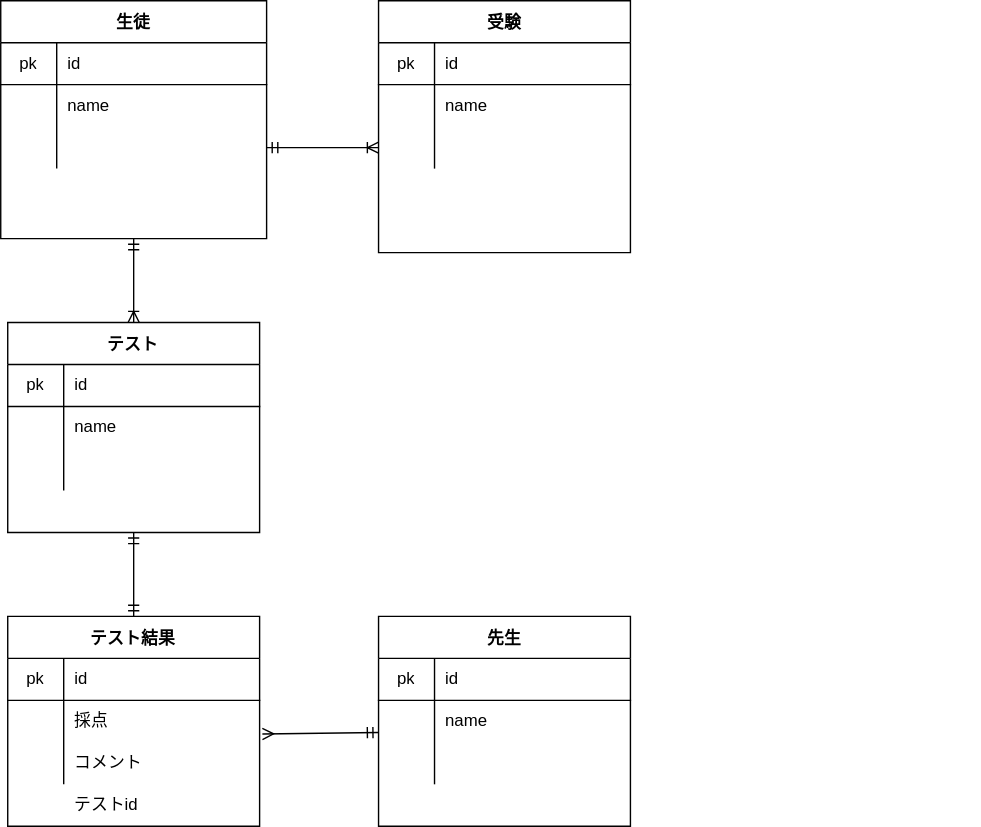
The draw.io diagram 設計テスト.drawio.svg in fujiwaramatsuri/20211219fujiwara, before a commit. Source tidied: cells renumbered, new cells last; positions are measured from the earlier drawing's top-left corner, leaving out a move shared by most shapes.
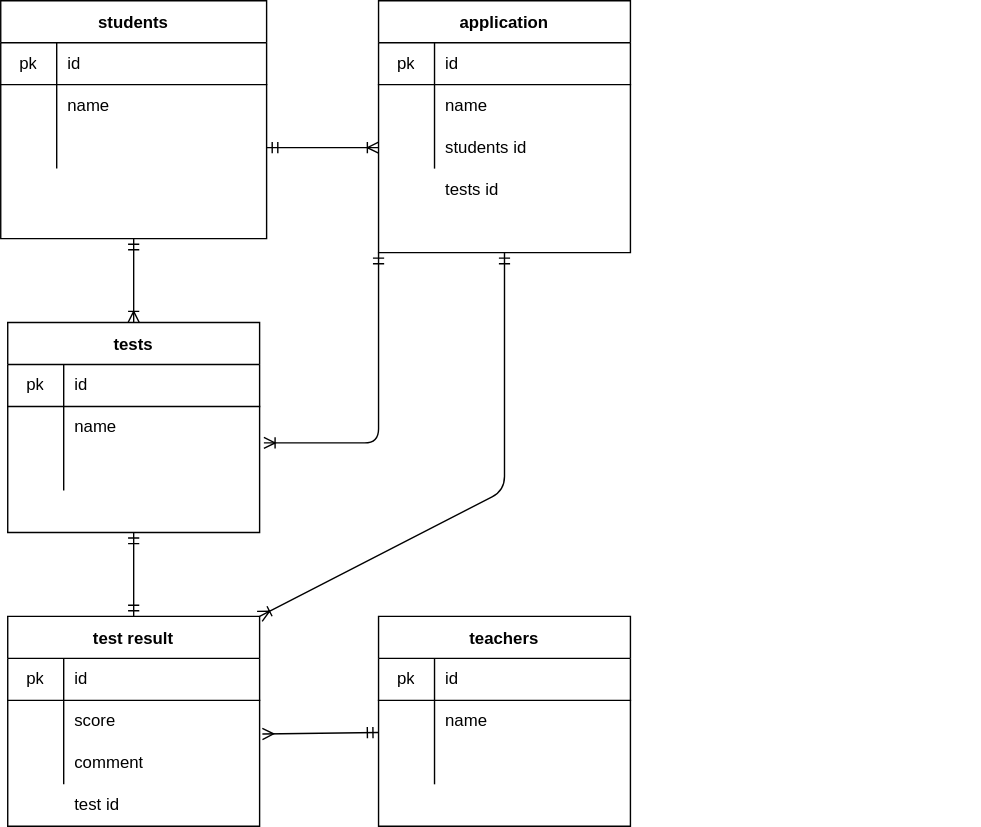
The same diagram one commit later.

Diff of the diagram source:
```diff
@@ -5,7 +5,7 @@
     <mxCell id="2" style="edgeStyle=none;html=1;exitX=0.5;exitY=0;exitDx=0;exitDy=0;startArrow=ERoneToMany;startFill=0;endArrow=ERmandOne;endFill=0;entryX=0.5;entryY=1;entryDx=0;entryDy=0;" parent="1" edge="1" source="47" target="3">
       <mxGeometry relative="1" as="geometry" />
     </mxCell>
-    <mxCell id="3" value="   生徒" style="shape=table;startSize=30;rowLines=0;fontStyle=1;align=center;" parent="1" vertex="1">
+    <mxCell id="3" value="students" style="shape=table;startSize=30;rowLines=0;fontStyle=1;align=center;" parent="1" vertex="1">
       <mxGeometry width="190" height="170" as="geometry" />
     </mxCell>
     <mxCell id="4" style="shape=partialRectangle;html=1;whiteSpace=wrap;fillColor=none;top=0;left=0;bottom=1;right=0;" parent="3" vertex="1">
@@ -38,7 +38,7 @@
     <mxCell id="13" style="edgeStyle=none;html=1;entryX=1.011;entryY=0.8;entryDx=0;entryDy=0;startArrow=ERmandOne;startFill=0;endArrow=ERmany;endFill=0;exitX=0;exitY=0.767;exitDx=0;exitDy=0;exitPerimeter=0;entryPerimeter=0;" parent="1" edge="1" source="18" target="29">
       <mxGeometry relative="1" as="geometry" />
     </mxCell>
-    <mxCell id="14" value="先生" style="shape=table;startSize=30;rowLines=0;fontStyle=1;align=center;" parent="1" vertex="1">
+    <mxCell id="14" value="teachers" style="shape=table;startSize=30;rowLines=0;fontStyle=1;align=center;" parent="1" vertex="1">
       <mxGeometry x="270" y="440" width="180" height="150" as="geometry" />
     </mxCell>
     <mxCell id="15" style="shape=partialRectangle;html=1;whiteSpace=wrap;fillColor=none;top=0;left=0;bottom=1;right=0;" parent="14" vertex="1">
@@ -71,7 +71,7 @@
     <mxCell id="24" style="edgeStyle=none;html=1;exitX=0.5;exitY=0;exitDx=0;exitDy=0;entryX=0.5;entryY=1;entryDx=0;entryDy=0;startArrow=ERmandOne;startFill=0;endArrow=ERmandOne;endFill=0;" parent="1" edge="1" source="25" target="47">
       <mxGeometry relative="1" as="geometry" />
     </mxCell>
-    <mxCell id="25" value="テスト結果" style="shape=table;startSize=30;rowLines=0;fontStyle=1;align=center;" parent="1" vertex="1">
+    <mxCell id="25" value="test result" style="shape=table;startSize=30;rowLines=0;fontStyle=1;align=center;" parent="1" vertex="1">
       <mxGeometry x="5" y="440" width="180" height="150" as="geometry" />
     </mxCell>
     <mxCell id="26" style="shape=partialRectangle;html=1;whiteSpace=wrap;fillColor=none;top=0;left=0;bottom=1;right=0;" parent="25" vertex="1">
@@ -89,7 +89,7 @@
     <mxCell id="30" style="shape=partialRectangle;html=1;whiteSpace=wrap;fillColor=none;top=0;left=0;bottom=0;right=0;overflow=hidden;" parent="29" vertex="1">
       <mxGeometry width="40" height="30" as="geometry" />
     </mxCell>
-    <mxCell id="31" value="採点" style="shape=partialRectangle;html=1;whiteSpace=wrap;fillColor=none;top=0;left=0;bottom=0;right=0;align=left;spacingLeft=6;overflow=hidden;" parent="29" vertex="1">
+    <mxCell id="31" value="score" style="shape=partialRectangle;html=1;whiteSpace=wrap;fillColor=none;top=0;left=0;bottom=0;right=0;align=left;spacingLeft=6;overflow=hidden;" parent="29" vertex="1">
       <mxGeometry x="40" width="140" height="30" as="geometry" />
     </mxCell>
     <mxCell id="32" style="shape=partialRectangle;html=1;whiteSpace=wrap;fillColor=none;top=0;left=0;bottom=0;right=0;" parent="25" vertex="1">
@@ -98,13 +98,27 @@
     <mxCell id="33" style="shape=partialRectangle;html=1;whiteSpace=wrap;fillColor=none;top=0;left=0;bottom=0;right=0;overflow=hidden;" parent="32" vertex="1">
       <mxGeometry width="40" height="30" as="geometry" />
     </mxCell>
-    <mxCell id="34" value="コメント" style="shape=partialRectangle;html=1;whiteSpace=wrap;fillColor=none;top=0;left=0;bottom=0;right=0;align=left;spacingLeft=6;overflow=hidden;" parent="32" vertex="1">
+    <mxCell id="34" value="comment" style="shape=partialRectangle;html=1;whiteSpace=wrap;fillColor=none;top=0;left=0;bottom=0;right=0;align=left;spacingLeft=6;overflow=hidden;" parent="32" vertex="1">
       <mxGeometry x="40" width="140" height="30" as="geometry" />
     </mxCell>
     <mxCell id="35" style="shape=partialRectangle;html=1;whiteSpace=wrap;fillColor=none;top=0;left=0;bottom=0;right=0;align=left;spacingLeft=6;overflow=hidden;" parent="1" vertex="1">
       <mxGeometry x="560" y="360" width="140" height="30" as="geometry" />
     </mxCell>
+    <mxCell id="58" style="edgeStyle=none;html=1;exitX=0;exitY=1;exitDx=0;exitDy=0;entryX=1.017;entryY=0.867;entryDx=0;entryDy=0;entryPerimeter=0;startArrow=ERmandOne;startFill=0;endArrow=ERoneToMany;endFill=0;" parent="1" edge="1" source="36" target="51">
+      <mxGeometry relative="1" as="geometry">
+        <Array as="points">
+          <mxPoint x="270" y="316" />
+        </Array>
+      </mxGeometry>
+    </mxCell>
+    <mxCell id="59" style="edgeStyle=none;html=1;entryX=1;entryY=0;entryDx=0;entryDy=0;startArrow=ERmandOne;startFill=0;endArrow=ERoneToMany;endFill=0;exitX=0.5;exitY=1;exitDx=0;exitDy=0;" parent="1" edge="1" source="36" target="25">
+      <mxGeometry relative="1" as="geometry">
+        <Array as="points">
+          <mxPoint x="360" y="350" />
+        </Array>
+      </mxGeometry>
+    </mxCell>
-    <mxCell id="36" value="受験" style="shape=table;startSize=30;rowLines=0;fontStyle=1;align=center;" parent="1" vertex="1">
+    <mxCell id="36" value="application" style="shape=table;startSize=30;rowLines=0;fontStyle=1;align=center;" parent="1" vertex="1">
       <mxGeometry x="270" width="180" height="180" as="geometry" />
     </mxCell>
     <mxCell id="37" style="shape=partialRectangle;html=1;whiteSpace=wrap;fillColor=none;top=0;left=0;bottom=1;right=0;" parent="36" vertex="1">
@@ -131,13 +145,13 @@
     <mxCell id="44" style="shape=partialRectangle;html=1;whiteSpace=wrap;fillColor=none;top=0;left=0;bottom=0;right=0;overflow=hidden;" parent="43" vertex="1">
       <mxGeometry width="40" height="30" as="geometry" />
     </mxCell>
-    <mxCell id="45" style="shape=partialRectangle;html=1;whiteSpace=wrap;fillColor=none;top=0;left=0;bottom=0;right=0;align=left;spacingLeft=6;overflow=hidden;" parent="43" vertex="1">
+    <mxCell id="45" value="students id" style="shape=partialRectangle;html=1;whiteSpace=wrap;fillColor=none;top=0;left=0;bottom=0;right=0;align=left;spacingLeft=6;overflow=hidden;" parent="43" vertex="1">
       <mxGeometry x="40" width="140" height="30" as="geometry" />
     </mxCell>
     <mxCell id="46" style="edgeStyle=none;html=1;entryX=0;entryY=0.5;entryDx=0;entryDy=0;startArrow=ERmandOne;startFill=0;endArrow=ERoneToMany;endFill=0;exitX=1;exitY=0.5;exitDx=0;exitDy=0;" parent="1" edge="1" source="10" target="43">
       <mxGeometry relative="1" as="geometry" />
     </mxCell>
-    <mxCell id="47" value="テスト" style="shape=table;startSize=30;rowLines=0;fontStyle=1;align=center;" parent="1" vertex="1">
+    <mxCell id="47" value="tests" style="shape=table;startSize=30;rowLines=0;fontStyle=1;align=center;" parent="1" vertex="1">
       <mxGeometry x="5" y="230" width="180" height="150" as="geometry" />
     </mxCell>
     <mxCell id="48" style="shape=partialRectangle;html=1;whiteSpace=wrap;fillColor=none;top=0;left=0;bottom=1;right=0;" parent="47" vertex="1">
@@ -167,8 +181,11 @@
     <mxCell id="56" style="shape=partialRectangle;html=1;whiteSpace=wrap;fillColor=none;top=0;left=0;bottom=0;right=0;align=left;spacingLeft=6;overflow=hidden;" parent="54" vertex="1">
       <mxGeometry x="40" width="140" height="30" as="geometry" />
     </mxCell>
-    <mxCell id="57" value="テストid" style="shape=partialRectangle;html=1;whiteSpace=wrap;fillColor=none;top=0;left=0;bottom=0;right=0;align=left;spacingLeft=6;overflow=hidden;" parent="1" vertex="1">
+    <mxCell id="57" value="test id" style="shape=partialRectangle;html=1;whiteSpace=wrap;fillColor=none;top=0;left=0;bottom=0;right=0;align=left;spacingLeft=6;overflow=hidden;" parent="1" vertex="1">
       <mxGeometry x="45" y="560" width="140" height="30" as="geometry" />
     </mxCell>
+    <mxCell id="60" value="tests id" style="shape=partialRectangle;html=1;whiteSpace=wrap;fillColor=none;top=0;left=0;bottom=0;right=0;align=left;spacingLeft=6;overflow=hidden;" parent="1" vertex="1">
+      <mxGeometry x="310" y="120" width="140" height="30" as="geometry" />
+    </mxCell>
   </root>
 </mxGraphModel>
```
